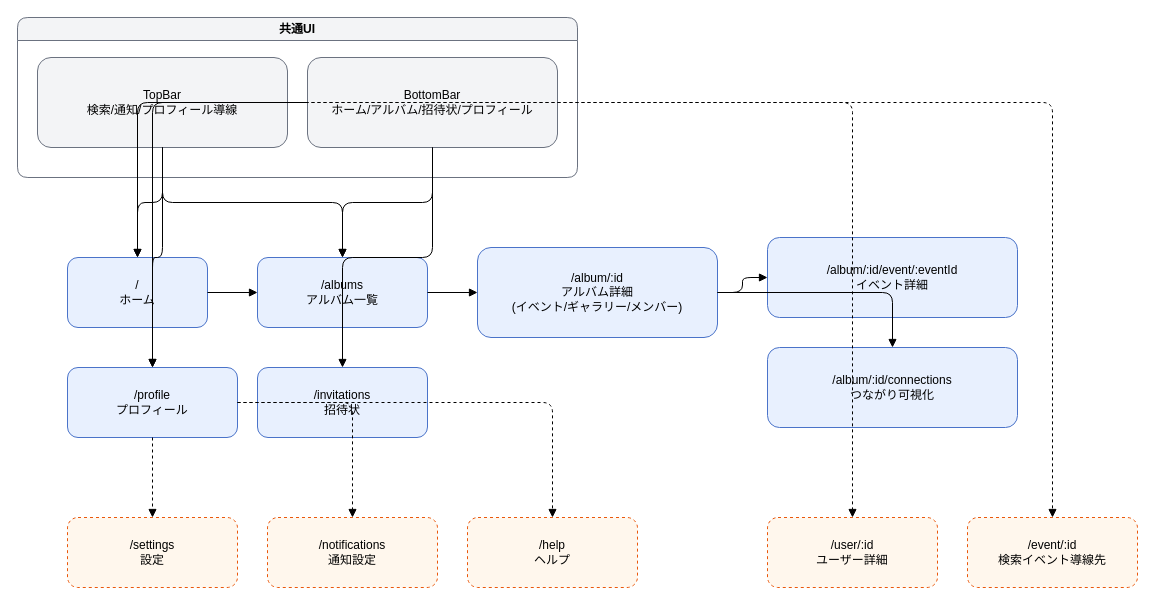
Before: docs/architecture/screen-structure.drawio in shuhei1110/deaito, a draw.io diagram. Source tidied: cells renumbered, new cells numbered last; positions are measured from the earlier drawing's top-left corner, leaving out a move shared by most shapes. Both pictures are drawn from the tidied source at 100%, with x=0, y=0 at pixel (17, 17).
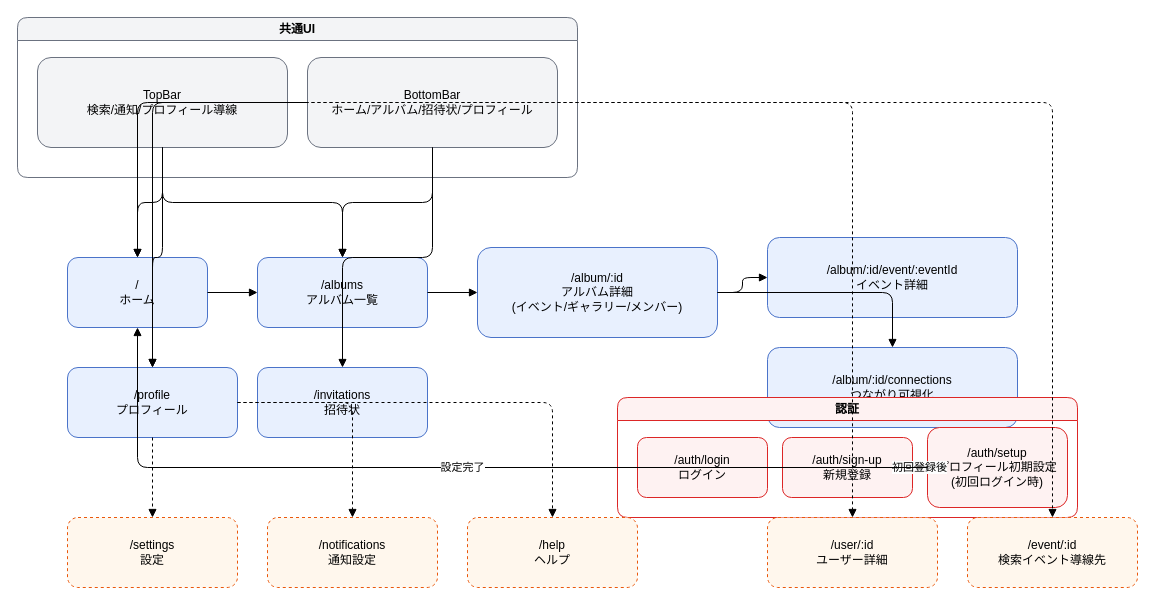
The same diagram, later.

The change refers to these unchanged cells:
```xml
<mxCell id="5" value="/&#10;ホーム" style="rounded=1;whiteSpace=wrap;html=1;fillColor=#E8F0FE;strokeColor=#4A73C9;" parent="1" vertex="1">
  <mxGeometry x="50" y="240" width="140" height="70" as="geometry" />
</mxCell>
```

What changed in the source:
```diff
@@
+    <mxCell id="33" value="認証" style="swimlane;rounded=1;whiteSpace=wrap;html=1;fillColor=#FEF2F2;strokeColor=#DC2626;fontStyle=1;" parent="1" vertex="1">
+      <mxGeometry x="600" y="380" width="460" height="120" as="geometry" />
+    </mxCell>
+    <mxCell id="34" value="/auth/login&#10;ログイン" style="rounded=1;whiteSpace=wrap;html=1;fillColor=#FEF2F2;strokeColor=#DC2626;" parent="33" vertex="1">
+      <mxGeometry x="20" y="40" width="130" height="60" as="geometry" />
+    </mxCell>
+    <mxCell id="35" value="/auth/sign-up&#10;新規登録" style="rounded=1;whiteSpace=wrap;html=1;fillColor=#FEF2F2;strokeColor=#DC2626;" parent="33" vertex="1">
+      <mxGeometry x="165" y="40" width="130" height="60" as="geometry" />
+    </mxCell>
+    <mxCell id="36" value="/auth/setup&#10;プロフィール初期設定&#10;(初回ログイン時)" style="rounded=1;whiteSpace=wrap;html=1;fillColor=#FEF2F2;strokeColor=#DC2626;" parent="33" vertex="1">
+      <mxGeometry x="310" y="30" width="140" height="80" as="geometry" />
+    </mxCell>
+    <mxCell id="37" value="初回登録後" style="edgeStyle=orthogonalEdgeStyle;rounded=1;html=1;endArrow=block;" parent="1" edge="1" source="35" target="36">
+      <mxGeometry relative="1" as="geometry" />
+    </mxCell>
+    <mxCell id="38" value="設定完了" style="edgeStyle=orthogonalEdgeStyle;rounded=1;html=1;endArrow=block;" parent="1" edge="1" source="36" target="5">
+      <mxGeometry relative="1" as="geometry" />
+    </mxCell>
```
